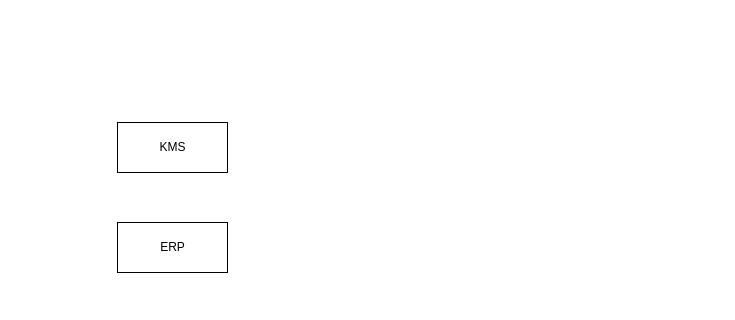
mashifei/uml keeps this draw.io diagram as page "KMS" (2 of 4) of devops.drawio. Above is the earlier version. Source tidied: cells renumbered, new cells numbered last; positions are measured from the earlier drawing's top-left corner, leaving out a move shared by most shapes. Both pictures are drawn from the tidied source at 100%, with x=0, y=0 at pixel (117, 122).
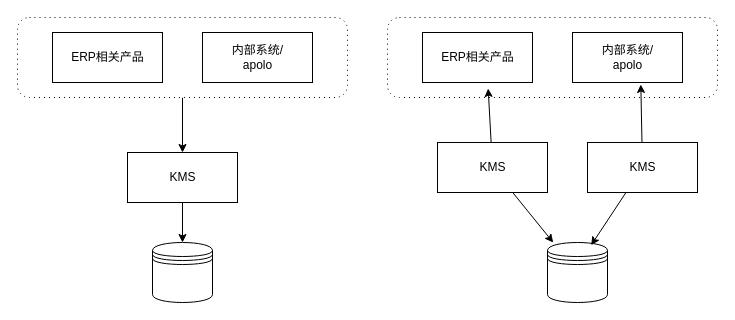
After the change.

Change to the diagram source:
```diff
@@
 <mxGraphModel>
   <root>
     <mxCell id="0" />
     <mxCell id="1" parent="0" />
+    <mxCell id="4" style="edgeStyle=orthogonalEdgeStyle;rounded=0;jettySize=auto;html=1;entryX=0.5;entryY=0;entryDx=0;entryDy=0;" parent="1" edge="1" source="5" target="2">
+      <mxGeometry relative="1" as="geometry" />
+    </mxCell>
+    <mxCell id="5" style="shape=ext;rounded=1;html=1;whiteSpace=wrap;dashed=1;dashPattern=1 4;" parent="1" vertex="1">
+      <mxGeometry x="-100" y="-105" width="330" height="80" as="geometry" />
+    </mxCell>
+    <mxCell id="6" style="edgeStyle=orthogonalEdgeStyle;rounded=0;jettySize=auto;html=1;" parent="1" edge="1" source="2" target="8">
+      <mxGeometry relative="1" as="geometry" />
+    </mxCell>
     <mxCell id="2" value="KMS" style="html=1;rounded=0;shadow=0;glass=0;comic=0;" parent="1" vertex="1">
-      <mxGeometry width="110" height="50" as="geometry" />
+      <mxGeometry x="10" y="30" width="110" height="50" as="geometry" />
     </mxCell>
-    <mxCell id="3" value="ERP" style="html=1;rounded=0;shadow=0;glass=0;comic=0;" parent="1" vertex="1">
-      <mxGeometry y="100" width="110" height="50" as="geometry" />
+    <mxCell id="3" value="ERP相关产品" style="html=1;rounded=0;shadow=0;glass=0;comic=0;" parent="1" vertex="1">
+      <mxGeometry x="-65" y="-90" width="110" height="50" as="geometry" />
     </mxCell>
+    <mxCell id="7" value="内部系统/&lt;br&gt;apolo" style="html=1;rounded=0;shadow=0;glass=0;comic=0;" parent="1" vertex="1">
+      <mxGeometry x="85" y="-90" width="110" height="50" as="geometry" />
+    </mxCell>
+    <mxCell id="8" style="shape=datastore;whiteSpace=wrap;html=1;" parent="1" vertex="1">
+      <mxGeometry x="35" y="120" width="60" height="60" as="geometry" />
+    </mxCell>
+    <mxCell id="9" style="shape=ext;rounded=1;html=1;whiteSpace=wrap;dashed=1;dashPattern=1 4;" parent="1" vertex="1">
+      <mxGeometry x="270" y="-105" width="330" height="80" as="geometry" />
+    </mxCell>
+    <mxCell id="10" style="rounded=0;jettySize=auto;html=1;" parent="1" edge="1" source="12" target="15">
+      <mxGeometry relative="1" as="geometry" />
+    </mxCell>
+    <mxCell id="11" style="edgeStyle=none;rounded=0;jettySize=auto;html=1;entryX=0.597;entryY=1.12;entryDx=0;entryDy=0;entryPerimeter=0;" parent="1" edge="1" source="12" target="13">
+      <mxGeometry relative="1" as="geometry" />
+    </mxCell>
+    <mxCell id="12" value="KMS" style="html=1;rounded=0;shadow=0;glass=0;comic=0;" parent="1" vertex="1">
+      <mxGeometry x="320" y="20" width="110" height="50" as="geometry" />
+    </mxCell>
+    <mxCell id="13" value="ERP相关产品" style="html=1;rounded=0;shadow=0;glass=0;comic=0;" parent="1" vertex="1">
+      <mxGeometry x="305" y="-90" width="110" height="50" as="geometry" />
+    </mxCell>
+    <mxCell id="14" value="内部系统/&lt;br&gt;apolo" style="html=1;rounded=0;shadow=0;glass=0;comic=0;" parent="1" vertex="1">
+      <mxGeometry x="455" y="-90" width="110" height="50" as="geometry" />
+    </mxCell>
+    <mxCell id="15" style="shape=datastore;whiteSpace=wrap;html=1;" parent="1" vertex="1">
+      <mxGeometry x="430" y="120" width="60" height="60" as="geometry" />
+    </mxCell>
+    <mxCell id="16" style="rounded=0;jettySize=auto;html=1;entryX=0.728;entryY=0.044;entryDx=0;entryDy=0;entryPerimeter=0;" parent="1" edge="1" source="18" target="15">
+      <mxGeometry relative="1" as="geometry" />
+    </mxCell>
+    <mxCell id="17" style="edgeStyle=none;rounded=0;jettySize=auto;html=1;entryX=0.621;entryY=1.04;entryDx=0;entryDy=0;entryPerimeter=0;" parent="1" edge="1" source="18" target="14">
+      <mxGeometry relative="1" as="geometry" />
+    </mxCell>
+    <mxCell id="18" value="KMS" style="html=1;rounded=0;shadow=0;glass=0;comic=0;" parent="1" vertex="1">
+      <mxGeometry x="470" y="20" width="110" height="50" as="geometry" />
+    </mxCell>
   </root>
 </mxGraphModel>
```
